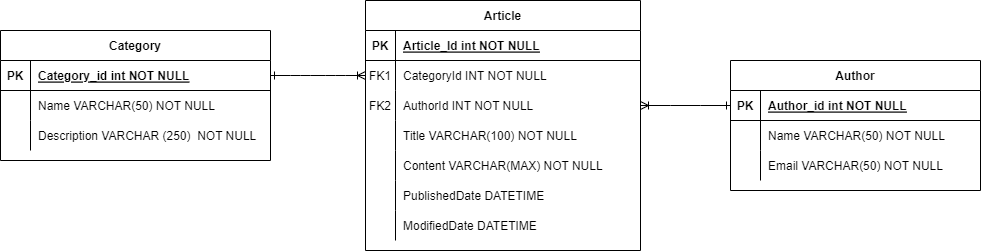
Before: docs/EntityAndDBArchitecture.png, a diagram exported from draw.io (caiotmello/TechChalenge03). Source tidied: cells renumbered, new cells last; positions are measured from the earlier drawing's top-left corner, leaving out a move shared by most shapes.
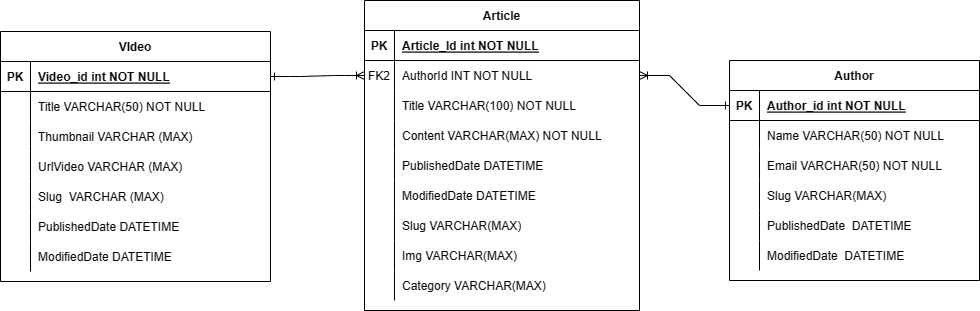
After the commit.

Diff of the diagram source:
```diff
@@ -2,11 +2,13 @@
   <root>
     <mxCell id="0" />
     <mxCell id="1" parent="0" />
-    <mxCell id="2" style="edgeStyle=entityRelationEdgeStyle;endArrow=ERoneToMany;startArrow=ERone;endFill=0;startFill=0;" parent="1" edge="1" source="36" target="7">
-      <mxGeometry relative="1" as="geometry" />
+    <mxCell id="2" style="edgeStyle=entityRelationEdgeStyle;endArrow=ERoneToMany;startArrow=ERone;endFill=0;startFill=0;" parent="1" edge="1" source="36">
+      <mxGeometry relative="1" as="geometry">
+        <mxPoint x="365" y="75" as="targetPoint" />
+      </mxGeometry>
     </mxCell>
     <mxCell id="3" value="Article" style="shape=table;startSize=30;rowLines=0;fontStyle=1;align=center;" parent="1" vertex="1">
-      <mxGeometry x="365" width="275" height="250" as="geometry" />
+      <mxGeometry x="365" width="275" height="310" as="geometry" />
     </mxCell>
     <mxCell id="4" style="shape=partialRectangle;fillColor=none;top=0;left=0;right=0;bottom=1;" parent="3" vertex="1">
       <mxGeometry y="30" width="275" height="30" as="geometry" />
@@ -17,17 +19,8 @@
     <mxCell id="6" value="Article_Id int NOT NULL " style="shape=partialRectangle;overflow=hidden;fillColor=none;top=0;left=0;bottom=0;right=0;align=left;spacingLeft=6;fontStyle=5;" parent="4" vertex="1">
       <mxGeometry x="30" width="245" height="30" as="geometry" />
     </mxCell>
-    <mxCell id="7" style="shape=partialRectangle;fillColor=none;points=[[0,0.5],[1,0.5]];portConstraint=eastwest;top=0;left=0;right=0;bottom=0;" parent="3" vertex="1">
-      <mxGeometry y="60" width="275" height="30" as="geometry" />
-    </mxCell>
-    <mxCell id="8" value="FK1" style="shape=partialRectangle;overflow=hidden;fillColor=none;top=0;left=0;bottom=0;right=0;" parent="7" vertex="1">
-      <mxGeometry width="30" height="30" as="geometry" />
-    </mxCell>
-    <mxCell id="9" value="CategoryId INT NOT NULL" style="shape=partialRectangle;overflow=hidden;fillColor=none;top=0;left=0;bottom=0;right=0;align=left;spacingLeft=6;" parent="7" vertex="1">
-      <mxGeometry x="30" width="245" height="30" as="geometry" />
-    </mxCell>
     <mxCell id="10" style="shape=partialRectangle;fillColor=none;points=[[0,0.5],[1,0.5]];portConstraint=eastwest;top=0;left=0;right=0;bottom=0;" parent="3" vertex="1">
-      <mxGeometry y="90" width="275" height="30" as="geometry" />
+      <mxGeometry y="60" width="275" height="30" as="geometry" />
     </mxCell>
     <mxCell id="11" value="FK2" style="shape=partialRectangle;overflow=hidden;fillColor=none;top=0;left=0;bottom=0;right=0;" parent="10" vertex="1">
       <mxGeometry width="30" height="30" as="geometry" />
@@ -36,7 +29,7 @@
       <mxGeometry x="30" width="245" height="30" as="geometry" />
     </mxCell>
     <mxCell id="13" style="shape=partialRectangle;fillColor=none;top=0;left=0;right=0;bottom=0;" parent="3" vertex="1">
-      <mxGeometry y="120" width="275" height="30" as="geometry" />
+      <mxGeometry y="90" width="275" height="30" as="geometry" />
     </mxCell>
     <mxCell id="14" style="shape=partialRectangle;overflow=hidden;fillColor=none;top=0;left=0;bottom=0;right=0;" parent="13" vertex="1">
       <mxGeometry width="30" height="30" as="geometry" />
@@ -45,7 +38,7 @@
       <mxGeometry x="30" width="245" height="30" as="geometry" />
     </mxCell>
     <mxCell id="16" style="shape=partialRectangle;fillColor=none;top=0;left=0;right=0;bottom=0;" parent="3" vertex="1">
-      <mxGeometry y="150" width="275" height="30" as="geometry" />
+      <mxGeometry y="120" width="275" height="30" as="geometry" />
     </mxCell>
     <mxCell id="17" style="shape=partialRectangle;overflow=hidden;fillColor=none;top=0;left=0;bottom=0;right=0;" parent="16" vertex="1">
       <mxGeometry width="30" height="30" as="geometry" />
@@ -54,7 +47,7 @@
       <mxGeometry x="30" width="245" height="30" as="geometry" />
     </mxCell>
     <mxCell id="19" style="shape=partialRectangle;fillColor=none;top=0;left=0;right=0;bottom=0;" parent="3" vertex="1">
-      <mxGeometry y="180" width="275" height="30" as="geometry" />
+      <mxGeometry y="150" width="275" height="30" as="geometry" />
     </mxCell>
     <mxCell id="20" style="shape=partialRectangle;overflow=hidden;fillColor=none;top=0;left=0;bottom=0;right=0;" parent="19" vertex="1">
       <mxGeometry width="30" height="30" as="geometry" />
@@ -63,7 +56,7 @@
       <mxGeometry x="30" width="245" height="30" as="geometry" />
     </mxCell>
     <mxCell id="22" style="shape=partialRectangle;fillColor=none;top=0;left=0;right=0;bottom=0;" parent="3" vertex="1">
-      <mxGeometry y="210" width="275" height="30" as="geometry" />
+      <mxGeometry y="180" width="275" height="30" as="geometry" />
     </mxCell>
     <mxCell id="23" style="shape=partialRectangle;overflow=hidden;fillColor=none;top=0;left=0;bottom=0;right=0;" parent="22" vertex="1">
       <mxGeometry width="30" height="30" as="geometry" />
@@ -71,8 +64,35 @@
     <mxCell id="24" value="ModifiedDate DATETIME" style="shape=partialRectangle;overflow=hidden;fillColor=none;top=0;left=0;bottom=0;right=0;align=left;spacingLeft=6;" parent="22" vertex="1">
       <mxGeometry x="30" width="245" height="30" as="geometry" />
     </mxCell>
+    <mxCell id="46" style="shape=partialRectangle;fillColor=none;top=0;left=0;right=0;bottom=0;" parent="3" vertex="1">
+      <mxGeometry y="210" width="275" height="30" as="geometry" />
+    </mxCell>
+    <mxCell id="47" style="shape=partialRectangle;overflow=hidden;fillColor=none;top=0;left=0;bottom=0;right=0;" parent="46" vertex="1">
+      <mxGeometry width="30" height="30" as="geometry" />
+    </mxCell>
+    <mxCell id="48" value="Slug VARCHAR(MAX)" style="shape=partialRectangle;overflow=hidden;fillColor=none;top=0;left=0;bottom=0;right=0;align=left;spacingLeft=6;" parent="46" vertex="1">
+      <mxGeometry x="30" width="245" height="30" as="geometry" />
+    </mxCell>
+    <mxCell id="49" style="shape=partialRectangle;fillColor=none;top=0;left=0;right=0;bottom=0;" parent="3" vertex="1">
+      <mxGeometry y="240" width="275" height="30" as="geometry" />
+    </mxCell>
+    <mxCell id="50" style="shape=partialRectangle;overflow=hidden;fillColor=none;top=0;left=0;bottom=0;right=0;" parent="49" vertex="1">
+      <mxGeometry width="30" height="30" as="geometry" />
+    </mxCell>
+    <mxCell id="51" value="Img VARCHAR(MAX)" style="shape=partialRectangle;overflow=hidden;fillColor=none;top=0;left=0;bottom=0;right=0;align=left;spacingLeft=6;" parent="49" vertex="1">
+      <mxGeometry x="30" width="245" height="30" as="geometry" />
+    </mxCell>
+    <mxCell id="52" style="shape=partialRectangle;fillColor=none;top=0;left=0;right=0;bottom=0;" parent="3" vertex="1">
+      <mxGeometry y="270" width="275" height="30" as="geometry" />
+    </mxCell>
+    <mxCell id="53" style="shape=partialRectangle;overflow=hidden;fillColor=none;top=0;left=0;bottom=0;right=0;" parent="52" vertex="1">
+      <mxGeometry width="30" height="30" as="geometry" />
+    </mxCell>
+    <mxCell id="54" value="Category VARCHAR(MAX)" style="shape=partialRectangle;overflow=hidden;fillColor=none;top=0;left=0;bottom=0;right=0;align=left;spacingLeft=6;" parent="52" vertex="1">
+      <mxGeometry x="30" width="245" height="30" as="geometry" />
+    </mxCell>
     <mxCell id="25" value="Author" style="shape=table;startSize=30;rowLines=0;fontStyle=1;align=center;" parent="1" vertex="1">
-      <mxGeometry x="730" y="60" width="250" height="130" as="geometry" />
+      <mxGeometry x="730" y="60" width="250" height="220" as="geometry" />
     </mxCell>
     <mxCell id="26" style="shape=partialRectangle;fillColor=none;points=[[0,0.5],[1,0.5]];portConstraint=eastwest;top=0;left=0;right=0;bottom=1;" parent="25" vertex="1">
       <mxGeometry y="30" width="250" height="30" as="geometry" />
@@ -101,8 +121,35 @@
     <mxCell id="34" value="Email VARCHAR(50) NOT NULL" style="shape=partialRectangle;overflow=hidden;fillColor=none;top=0;left=0;bottom=0;right=0;align=left;spacingLeft=6;" parent="32" vertex="1">
       <mxGeometry x="30" width="220" height="30" as="geometry" />
     </mxCell>
+    <mxCell id="55" style="shape=partialRectangle;fillColor=none;top=0;left=0;right=0;bottom=0;" parent="25" vertex="1">
+      <mxGeometry y="120" width="250" height="30" as="geometry" />
+    </mxCell>
+    <mxCell id="56" style="shape=partialRectangle;overflow=hidden;fillColor=none;top=0;left=0;bottom=0;right=0;" parent="55" vertex="1">
+      <mxGeometry width="30" height="30" as="geometry" />
+    </mxCell>
+    <mxCell id="57" value="Slug VARCHAR(MAX)" style="shape=partialRectangle;overflow=hidden;fillColor=none;top=0;left=0;bottom=0;right=0;align=left;spacingLeft=6;" parent="55" vertex="1">
+      <mxGeometry x="30" width="220" height="30" as="geometry" />
+    </mxCell>
+    <mxCell id="58" style="shape=partialRectangle;fillColor=none;top=0;left=0;right=0;bottom=0;" parent="25" vertex="1">
+      <mxGeometry y="150" width="250" height="30" as="geometry" />
+    </mxCell>
+    <mxCell id="59" style="shape=partialRectangle;overflow=hidden;fillColor=none;top=0;left=0;bottom=0;right=0;" parent="58" vertex="1">
+      <mxGeometry width="30" height="30" as="geometry" />
+    </mxCell>
+    <mxCell id="60" value="PublishedDate  DATETIME" style="shape=partialRectangle;overflow=hidden;fillColor=none;top=0;left=0;bottom=0;right=0;align=left;spacingLeft=6;" parent="58" vertex="1">
+      <mxGeometry x="30" width="220" height="30" as="geometry" />
+    </mxCell>
+    <mxCell id="61" style="shape=partialRectangle;fillColor=none;top=0;left=0;right=0;bottom=0;" parent="25" vertex="1">
+      <mxGeometry y="180" width="250" height="30" as="geometry" />
+    </mxCell>
+    <mxCell id="62" style="shape=partialRectangle;overflow=hidden;fillColor=none;top=0;left=0;bottom=0;right=0;" parent="61" vertex="1">
+      <mxGeometry width="30" height="30" as="geometry" />
+    </mxCell>
+    <mxCell id="63" value="ModifiedDate  DATETIME" style="shape=partialRectangle;overflow=hidden;fillColor=none;top=0;left=0;bottom=0;right=0;align=left;spacingLeft=6;" parent="61" vertex="1">
+      <mxGeometry x="30" width="220" height="30" as="geometry" />
+    </mxCell>
-    <mxCell id="35" value="Category" style="shape=table;startSize=30;rowLines=0;fontStyle=1;align=center;" parent="1" vertex="1">
-      <mxGeometry y="30" width="270" height="130" as="geometry" />
+    <mxCell id="35" value="VIdeo" style="shape=table;startSize=30;rowLines=0;fontStyle=1;align=center;" parent="1" vertex="1">
+      <mxGeometry x="1" y="31" width="270" height="250" as="geometry" />
     </mxCell>
     <mxCell id="36" style="shape=partialRectangle;fillColor=none;points=[[0,0.5],[1,0.5]];portConstraint=eastwest;top=0;left=0;right=0;bottom=1;" parent="35" vertex="1">
       <mxGeometry y="30" width="270" height="30" as="geometry" />
@@ -110,7 +157,7 @@
     <mxCell id="37" value="PK" style="shape=partialRectangle;overflow=hidden;fillColor=none;top=0;left=0;bottom=0;right=0;fontStyle=1;" parent="36" vertex="1">
       <mxGeometry width="30" height="30" as="geometry" />
     </mxCell>
-    <mxCell id="38" value="Category_id int NOT NULL " style="shape=partialRectangle;overflow=hidden;fillColor=none;top=0;left=0;bottom=0;right=0;align=left;spacingLeft=6;fontStyle=5;" parent="36" vertex="1">
+    <mxCell id="38" value="Video_id int NOT NULL " style="shape=partialRectangle;overflow=hidden;fillColor=none;top=0;left=0;bottom=0;right=0;align=left;spacingLeft=6;fontStyle=5;" parent="36" vertex="1">
       <mxGeometry x="30" width="240" height="30" as="geometry" />
     </mxCell>
     <mxCell id="39" style="shape=partialRectangle;fillColor=none;top=0;left=0;right=0;bottom=0;" parent="35" vertex="1">
@@ -119,7 +166,7 @@
     <mxCell id="40" style="shape=partialRectangle;overflow=hidden;fillColor=none;top=0;left=0;bottom=0;right=0;" parent="39" vertex="1">
       <mxGeometry width="30" height="30" as="geometry" />
     </mxCell>
-    <mxCell id="41" value="Name VARCHAR(50) NOT NULL" style="shape=partialRectangle;overflow=hidden;fillColor=none;top=0;left=0;bottom=0;right=0;align=left;spacingLeft=6;" parent="39" vertex="1">
+    <mxCell id="41" value="Title VARCHAR(50) NOT NULL" style="shape=partialRectangle;overflow=hidden;fillColor=none;top=0;left=0;bottom=0;right=0;align=left;spacingLeft=6;" parent="39" vertex="1">
       <mxGeometry x="30" width="240" height="30" as="geometry" />
     </mxCell>
     <mxCell id="42" style="shape=partialRectangle;fillColor=none;top=0;left=0;right=0;bottom=0;" parent="35" vertex="1">
@@ -128,9 +175,45 @@
     <mxCell id="43" style="shape=partialRectangle;overflow=hidden;fillColor=none;top=0;left=0;bottom=0;right=0;" parent="42" vertex="1">
       <mxGeometry width="30" height="30" as="geometry" />
     </mxCell>
-    <mxCell id="44" value="Description VARCHAR (250)  NOT NULL" style="shape=partialRectangle;overflow=hidden;fillColor=none;top=0;left=0;bottom=0;right=0;align=left;spacingLeft=6;" parent="42" vertex="1">
+    <mxCell id="44" value="Thumbnail VARCHAR (MAX) " style="shape=partialRectangle;overflow=hidden;fillColor=none;top=0;left=0;bottom=0;right=0;align=left;spacingLeft=6;" parent="42" vertex="1">
       <mxGeometry x="30" width="240" height="30" as="geometry" />
     </mxCell>
+    <mxCell id="64" style="shape=partialRectangle;fillColor=none;top=0;left=0;right=0;bottom=0;" parent="35" vertex="1">
+      <mxGeometry y="120" width="270" height="30" as="geometry" />
+    </mxCell>
+    <mxCell id="65" style="shape=partialRectangle;overflow=hidden;fillColor=none;top=0;left=0;bottom=0;right=0;" parent="64" vertex="1">
+      <mxGeometry width="30" height="30" as="geometry" />
+    </mxCell>
+    <mxCell id="66" value="UrlVideo VARCHAR (MAX) " style="shape=partialRectangle;overflow=hidden;fillColor=none;top=0;left=0;bottom=0;right=0;align=left;spacingLeft=6;" parent="64" vertex="1">
+      <mxGeometry x="30" width="240" height="30" as="geometry" />
+    </mxCell>
+    <mxCell id="67" style="shape=partialRectangle;fillColor=none;top=0;left=0;right=0;bottom=0;" parent="35" vertex="1">
+      <mxGeometry y="150" width="270" height="30" as="geometry" />
+    </mxCell>
+    <mxCell id="68" style="shape=partialRectangle;overflow=hidden;fillColor=none;top=0;left=0;bottom=0;right=0;" parent="67" vertex="1">
+      <mxGeometry width="30" height="30" as="geometry" />
+    </mxCell>
+    <mxCell id="69" value="Slug  VARCHAR (MAX) " style="shape=partialRectangle;overflow=hidden;fillColor=none;top=0;left=0;bottom=0;right=0;align=left;spacingLeft=6;" parent="67" vertex="1">
+      <mxGeometry x="30" width="240" height="30" as="geometry" />
+    </mxCell>
+    <mxCell id="70" style="shape=partialRectangle;fillColor=none;top=0;left=0;right=0;bottom=0;" parent="35" vertex="1">
+      <mxGeometry y="180" width="270" height="30" as="geometry" />
+    </mxCell>
+    <mxCell id="71" style="shape=partialRectangle;overflow=hidden;fillColor=none;top=0;left=0;bottom=0;right=0;" parent="70" vertex="1">
+      <mxGeometry width="30" height="30" as="geometry" />
+    </mxCell>
+    <mxCell id="72" value="PublishedDate DATETIME" style="shape=partialRectangle;overflow=hidden;fillColor=none;top=0;left=0;bottom=0;right=0;align=left;spacingLeft=6;" parent="70" vertex="1">
+      <mxGeometry x="30" width="240" height="30" as="geometry" />
+    </mxCell>
+    <mxCell id="73" style="shape=partialRectangle;fillColor=none;top=0;left=0;right=0;bottom=0;" parent="35" vertex="1">
+      <mxGeometry y="210" width="270" height="30" as="geometry" />
+    </mxCell>
+    <mxCell id="74" style="shape=partialRectangle;overflow=hidden;fillColor=none;top=0;left=0;bottom=0;right=0;" parent="73" vertex="1">
+      <mxGeometry width="30" height="30" as="geometry" />
+    </mxCell>
+    <mxCell id="75" value="ModifiedDate DATETIME" style="shape=partialRectangle;overflow=hidden;fillColor=none;top=0;left=0;bottom=0;right=0;align=left;spacingLeft=6;" parent="73" vertex="1">
+      <mxGeometry x="30" width="240" height="30" as="geometry" />
+    </mxCell>
     <mxCell id="45" style="edgeStyle=entityRelationEdgeStyle;fontSize=12;html=1;endArrow=ERoneToMany;rounded=0;startArrow=ERone;startFill=0;entryX=1;entryY=0.5;entryDx=0;entryDy=0;exitX=0;exitY=0.5;exitDx=0;exitDy=0;" parent="1" edge="1" source="26" target="10">
       <mxGeometry relative="1" as="geometry">
         <Array as="points">
```
